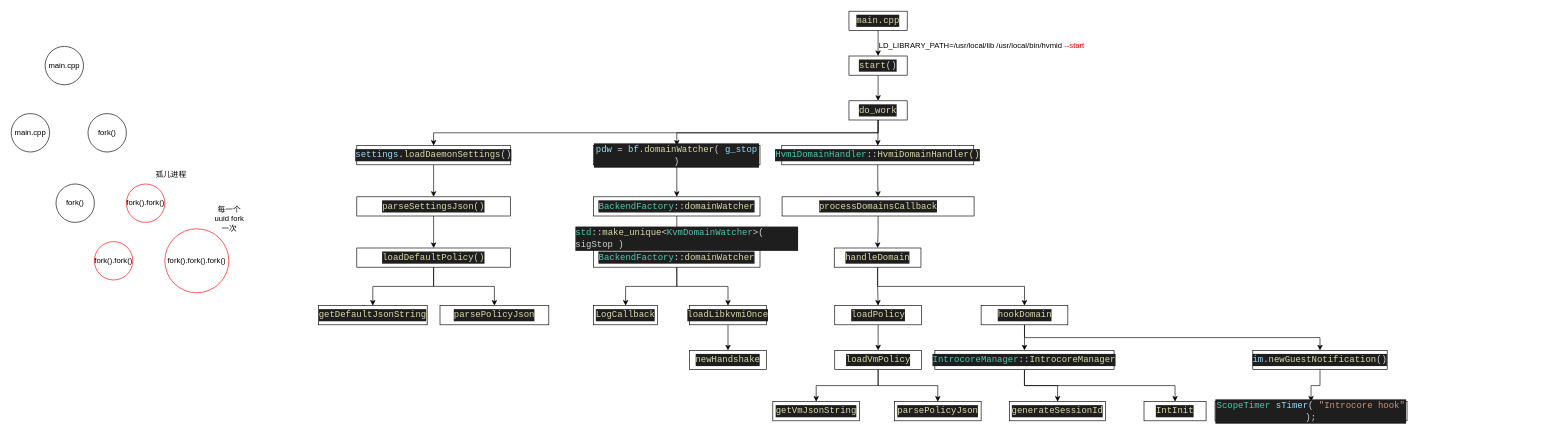
Above: Untitled Diagram.drawio in Amber0130/Other (draw.io), before the change. Source tidied: cells renumbered, new cells numbered last; positions are measured from the earlier drawing's top-left corner, leaving out a move shared by most shapes. Both pictures are drawn from the tidied source at 64%, with x=0, y=0 at pixel (11, 11).
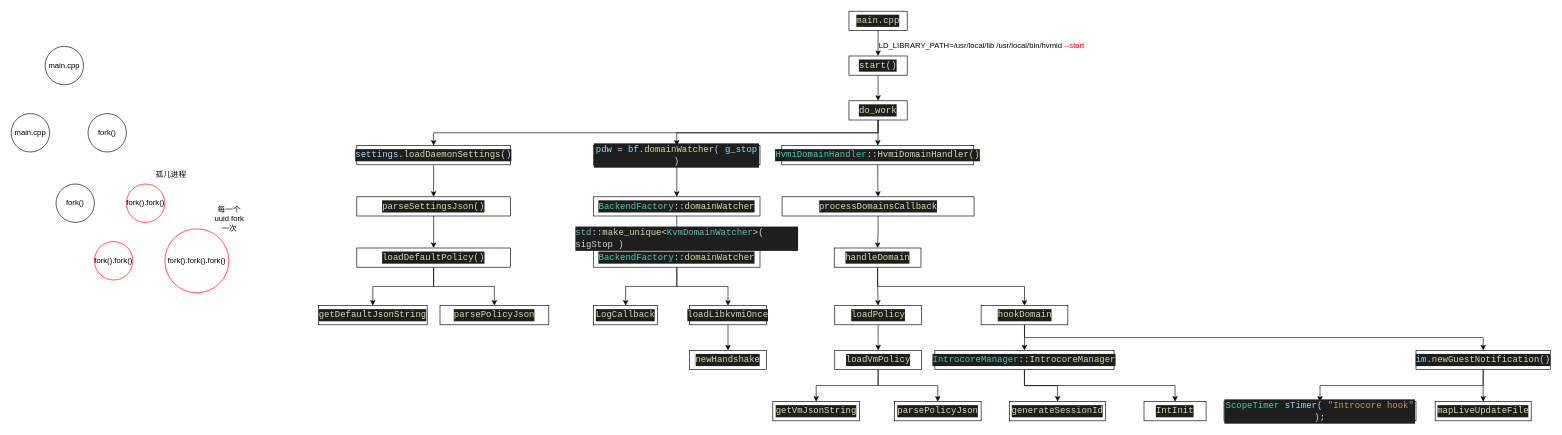
After the change.

Change to the diagram source:
```diff
@@
+    <mxCell id="66" style="edgeStyle=orthogonalEdgeStyle;rounded=0;jettySize=auto;html=1;exitX=0.5;exitY=1;exitDx=0;exitDy=0;entryX=0.5;entryY=0;entryDx=0;entryDy=0;" parent="1" edge="1" source="64" target="67">
+      <mxGeometry relative="1" as="geometry" />
+    </mxCell>
     <mxCell id="64" value="&lt;div style=&quot;color: rgb(212 , 212 , 212) ; background-color: rgb(30 , 30 , 30) ; font-family: &amp;#34;consolas&amp;#34; , &amp;#34;courier new&amp;#34; , monospace ; font-size: 14px ; line-height: 19px&quot;&gt;&lt;div style=&quot;font-family: &amp;#34;consolas&amp;#34; , &amp;#34;courier new&amp;#34; , monospace ; line-height: 19px&quot;&gt;&lt;div style=&quot;font-family: &amp;#34;consolas&amp;#34; , &amp;#34;courier new&amp;#34; , monospace ; line-height: 19px&quot;&gt;&lt;div style=&quot;font-family: &amp;#34;consolas&amp;#34; , &amp;#34;courier new&amp;#34; , monospace ; line-height: 19px&quot;&gt;&lt;div style=&quot;font-family: &amp;#34;consolas&amp;#34; , &amp;#34;courier new&amp;#34; , monospace ; line-height: 19px&quot;&gt;&lt;div style=&quot;font-family: &amp;#34;consolas&amp;#34; , &amp;#34;courier new&amp;#34; , monospace ; line-height: 19px&quot;&gt;&lt;div style=&quot;font-family: &amp;#34;consolas&amp;#34; , &amp;#34;courier new&amp;#34; , monospace ; line-height: 19px&quot;&gt;&lt;div style=&quot;font-family: &amp;#34;consolas&amp;#34; , &amp;#34;courier new&amp;#34; , monospace ; line-height: 19px&quot;&gt;&lt;div style=&quot;font-family: &amp;#34;consolas&amp;#34; , &amp;#34;courier new&amp;#34; , monospace ; line-height: 19px&quot;&gt;&lt;div style=&quot;line-height: 19px&quot;&gt;&lt;div style=&quot;font-family: &amp;#34;consolas&amp;#34; , &amp;#34;courier new&amp;#34; , monospace ; line-height: 19px&quot;&gt;&lt;span style=&quot;color: #9cdcfe&quot;&gt;im&lt;/span&gt;.&lt;span style=&quot;color: #dcdcaa&quot;&gt;newGuestNotification&lt;/span&gt;()&lt;/div&gt;&lt;/div&gt;&lt;/div&gt;&lt;/div&gt;&lt;/div&gt;&lt;/div&gt;&lt;/div&gt;&lt;/div&gt;&lt;/div&gt;&lt;/div&gt;&lt;/div&gt;" style="rounded=0;whiteSpace=wrap;html=1;" parent="1" vertex="1">
-      <mxGeometry x="1940" y="530" width="210" height="30" as="geometry" />
+      <mxGeometry x="2195" y="530" width="210" height="30" as="geometry" />
     </mxCell>
     <mxCell id="65" value="&lt;div style=&quot;color: rgb(212 , 212 , 212) ; background-color: rgb(30 , 30 , 30) ; font-family: &amp;#34;consolas&amp;#34; , &amp;#34;courier new&amp;#34; , monospace ; font-size: 14px ; line-height: 19px&quot;&gt;&lt;div style=&quot;font-family: &amp;#34;consolas&amp;#34; , &amp;#34;courier new&amp;#34; , monospace ; line-height: 19px&quot;&gt;&lt;div style=&quot;font-family: &amp;#34;consolas&amp;#34; , &amp;#34;courier new&amp;#34; , monospace ; line-height: 19px&quot;&gt;&lt;div style=&quot;font-family: &amp;#34;consolas&amp;#34; , &amp;#34;courier new&amp;#34; , monospace ; line-height: 19px&quot;&gt;&lt;div style=&quot;font-family: &amp;#34;consolas&amp;#34; , &amp;#34;courier new&amp;#34; , monospace ; line-height: 19px&quot;&gt;&lt;div style=&quot;font-family: &amp;#34;consolas&amp;#34; , &amp;#34;courier new&amp;#34; , monospace ; line-height: 19px&quot;&gt;&lt;div style=&quot;font-family: &amp;#34;consolas&amp;#34; , &amp;#34;courier new&amp;#34; , monospace ; line-height: 19px&quot;&gt;&lt;div style=&quot;font-family: &amp;#34;consolas&amp;#34; , &amp;#34;courier new&amp;#34; , monospace ; line-height: 19px&quot;&gt;&lt;div style=&quot;font-family: &amp;#34;consolas&amp;#34; , &amp;#34;courier new&amp;#34; , monospace ; line-height: 19px&quot;&gt;&lt;div style=&quot;line-height: 19px&quot;&gt;&lt;div style=&quot;font-family: &amp;#34;consolas&amp;#34; , &amp;#34;courier new&amp;#34; , monospace ; line-height: 19px&quot;&gt;&lt;div style=&quot;font-family: &amp;#34;consolas&amp;#34; , &amp;#34;courier new&amp;#34; , monospace ; line-height: 19px&quot;&gt;&lt;span style=&quot;color: #4ec9b0&quot;&gt;ScopeTimer&lt;/span&gt; &lt;span style=&quot;color: #9cdcfe&quot;&gt;sTimer&lt;/span&gt;( &lt;span style=&quot;color: #ce9178&quot;&gt;&quot;Introcore hook&quot;&lt;/span&gt; );&lt;/div&gt;&lt;/div&gt;&lt;/div&gt;&lt;/div&gt;&lt;/div&gt;&lt;/div&gt;&lt;/div&gt;&lt;/div&gt;&lt;/div&gt;&lt;/div&gt;&lt;/div&gt;&lt;/div&gt;" style="rounded=0;whiteSpace=wrap;html=1;" parent="1" vertex="1">
-      <mxGeometry x="1881" y="610" width="300" height="30" as="geometry" />
+      <mxGeometry x="1895" y="610" width="300" height="30" as="geometry" />
     </mxCell>
+    <mxCell id="67" value="&lt;div style=&quot;color: rgb(212 , 212 , 212) ; background-color: rgb(30 , 30 , 30) ; font-family: &amp;#34;consolas&amp;#34; , &amp;#34;courier new&amp;#34; , monospace ; font-size: 14px ; line-height: 19px&quot;&gt;&lt;div style=&quot;font-family: &amp;#34;consolas&amp;#34; , &amp;#34;courier new&amp;#34; , monospace ; line-height: 19px&quot;&gt;&lt;div style=&quot;font-family: &amp;#34;consolas&amp;#34; , &amp;#34;courier new&amp;#34; , monospace ; line-height: 19px&quot;&gt;&lt;div style=&quot;font-family: &amp;#34;consolas&amp;#34; , &amp;#34;courier new&amp;#34; , monospace ; line-height: 19px&quot;&gt;&lt;div style=&quot;font-family: &amp;#34;consolas&amp;#34; , &amp;#34;courier new&amp;#34; , monospace ; line-height: 19px&quot;&gt;&lt;div style=&quot;font-family: &amp;#34;consolas&amp;#34; , &amp;#34;courier new&amp;#34; , monospace ; line-height: 19px&quot;&gt;&lt;div style=&quot;font-family: &amp;#34;consolas&amp;#34; , &amp;#34;courier new&amp;#34; , monospace ; line-height: 19px&quot;&gt;&lt;div style=&quot;font-family: &amp;#34;consolas&amp;#34; , &amp;#34;courier new&amp;#34; , monospace ; line-height: 19px&quot;&gt;&lt;div style=&quot;font-family: &amp;#34;consolas&amp;#34; , &amp;#34;courier new&amp;#34; , monospace ; line-height: 19px&quot;&gt;&lt;div style=&quot;line-height: 19px&quot;&gt;&lt;div style=&quot;font-family: &amp;#34;consolas&amp;#34; , &amp;#34;courier new&amp;#34; , monospace ; line-height: 19px&quot;&gt;&lt;div style=&quot;font-family: &amp;#34;consolas&amp;#34; , &amp;#34;courier new&amp;#34; , monospace ; line-height: 19px&quot;&gt;&lt;div style=&quot;font-family: &amp;#34;consolas&amp;#34; , &amp;#34;courier new&amp;#34; , monospace ; line-height: 19px&quot;&gt;&lt;span style=&quot;color: #dcdcaa&quot;&gt;mapLiveUpdateFile&lt;/span&gt;&lt;/div&gt;&lt;/div&gt;&lt;/div&gt;&lt;/div&gt;&lt;/div&gt;&lt;/div&gt;&lt;/div&gt;&lt;/div&gt;&lt;/div&gt;&lt;/div&gt;&lt;/div&gt;&lt;/div&gt;&lt;/div&gt;" style="rounded=0;whiteSpace=wrap;html=1;" parent="1" vertex="1">
+      <mxGeometry x="2225" y="610" width="150" height="30" as="geometry" />
+    </mxCell>
```
